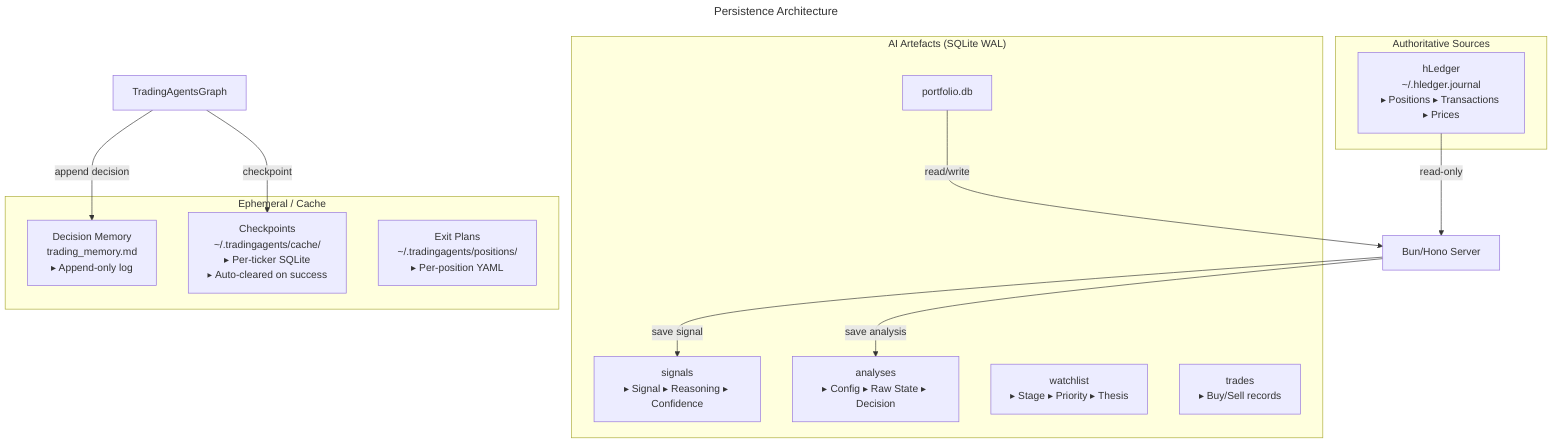
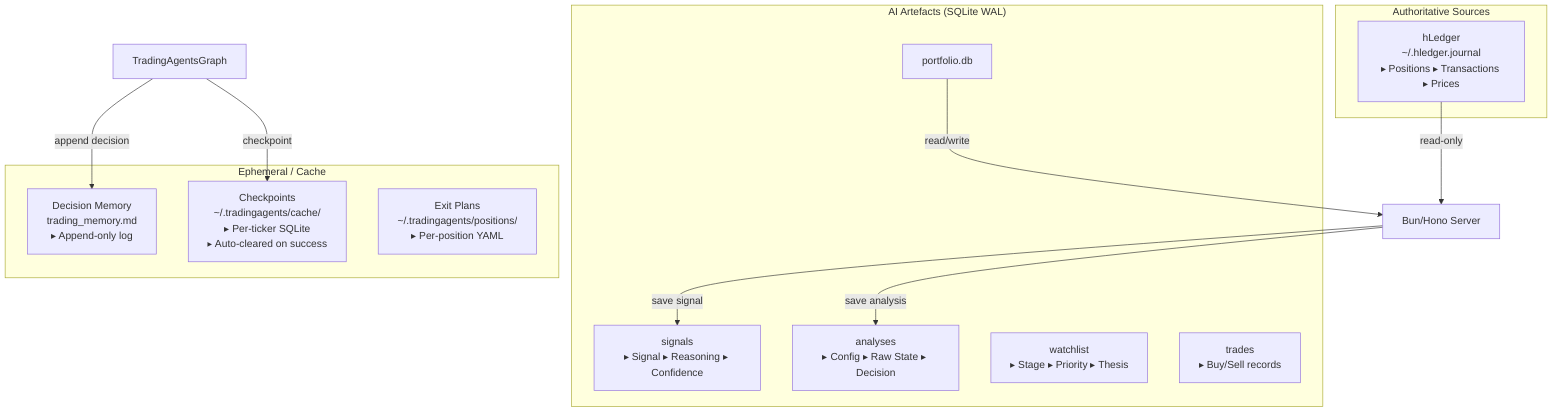
- ---
- title: "Persistence Architecture"
- description: "C4-style diagram showing where data lives: hLedger (authoritative) vs SQLite (AI artefacts) vs Decision Memory (append-only) vs Checkpoints (ephemeral) vs Exit Plans (YAML)."
- ---
- 
```mermaid
graph TB
    subgraph Authoritative["Authoritative Sources"]
        hLedger[hLedger<br/>~/.hledger.journal<br/>▸ Positions ▸ Transactions ▸ Prices]
    end

    subgraph AIArtefacts["AI Artefacts (SQLite WAL)"]
        SQLite[portfolio.db]
        Signals[signals<br/>▸ Signal ▸ Reasoning ▸ Confidence]
        Analyses[analyses<br/>▸ Config ▸ Raw State ▸ Decision]
        Watchlist[watchlist<br/>▸ Stage ▸ Priority ▸ Thesis]
        Trades[trades<br/>▸ Buy/Sell records]
    end

    subgraph Ephemeral["Ephemeral / Cache"]
        Memory[Decision Memory<br/>trading_memory.md<br/>▸ Append-only log]
        Checkpoints[Checkpoints<br/>~/.tradingagents/cache/<br/>▸ Per-ticker SQLite<br/>▸ Auto-cleared on success]
        ExitPlans[Exit Plans<br/>~/.tradingagents/positions/<br/>▸ Per-position YAML]
    end

    hLedger -->|read-only| Hono[Bun/Hono Server]
    SQLite -->|read/write| Hono
    Hono -->|save signal| Signals
    Hono -->|save analysis| Analyses
    Graph[TradingAgentsGraph] -->|append decision| Memory
    Graph -->|checkpoint| Checkpoints
```
